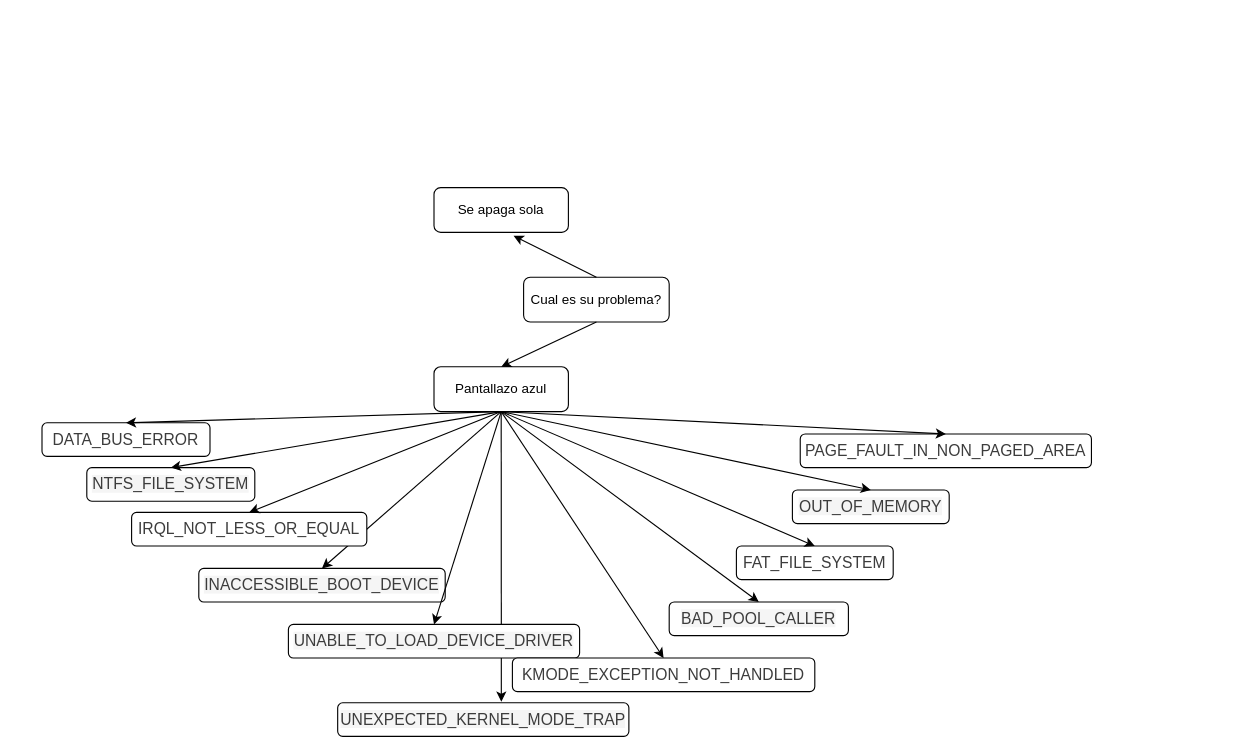
The draw.io diagram pruebasitio/proyectoruta.drawio in Puchis/Gregorio-Gragas-Computer-Repair, before the edit. Source tidied: cells renumbered, new cells numbered last; positions are measured from the earlier drawing's top-left corner, leaving out a move shared by most shapes. Both pictures are drawn from the tidied source at 112%, with x=0, y=0 at pixel (41, 187).
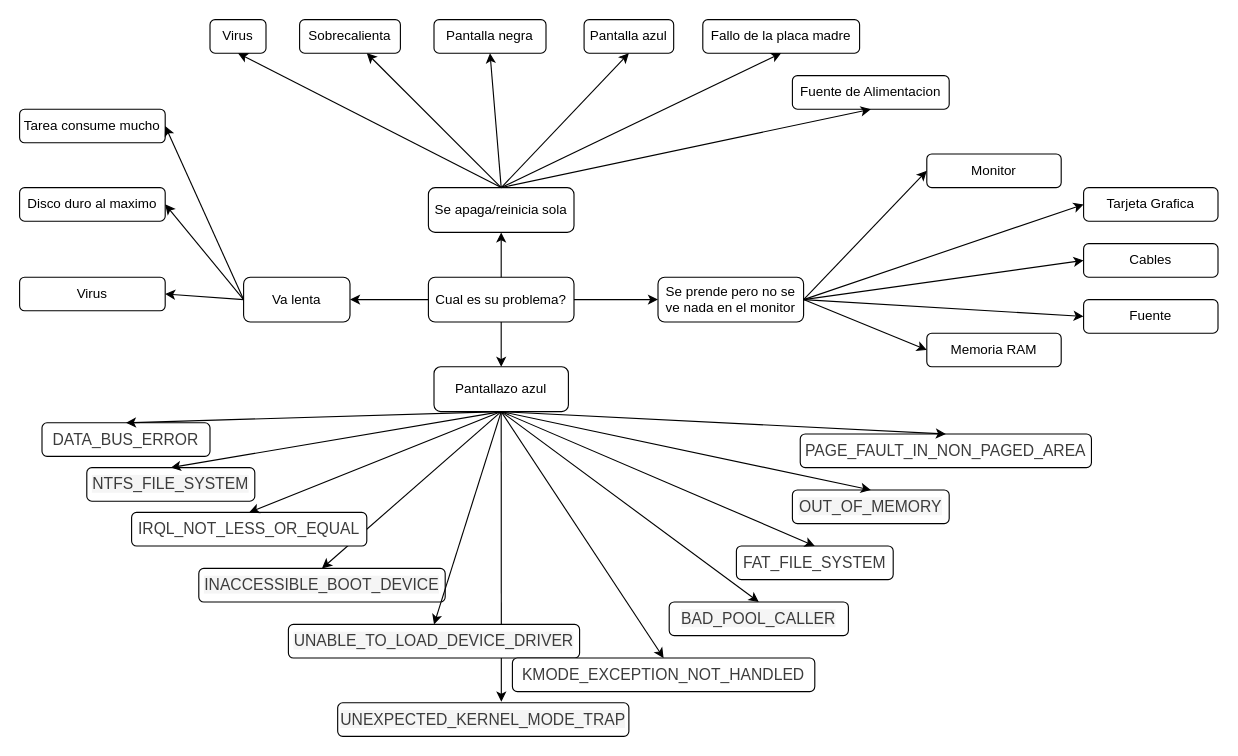
The same diagram, later.

What changed in the source:
```diff
@@
     <mxCell id="2" value="Cual es su problema?" style="rounded=1;whiteSpace=wrap;html=1;" parent="1" vertex="1">
-      <mxGeometry x="430" y="80" width="130" height="40" as="geometry" />
+      <mxGeometry x="345" y="80" width="130" height="40" as="geometry" />
     </mxCell>
@@
-    <mxCell id="27" value="Se apaga sola" style="rounded=1;whiteSpace=wrap;html=1;" parent="1" vertex="1">
-      <mxGeometry x="350" width="120" height="40" as="geometry" />
+    <mxCell id="27" value="Se apaga/reinicia sola" style="rounded=1;whiteSpace=wrap;html=1;" parent="1" vertex="1">
+      <mxGeometry x="345" width="130" height="40" as="geometry" />
     </mxCell>
-    <mxCell id="28" style="endArrow=classic;html=1;entryX=0.592;entryY=1.075;entryDx=0;entryDy=0;entryPerimeter=0;exitX=0.5;exitY=0;exitDx=0;exitDy=0;" parent="1" edge="1" source="2" target="27">
+    <mxCell id="28" style="endArrow=classic;html=1;exitX=0.5;exitY=0;exitDx=0;exitDy=0;entryX=0.5;entryY=1;entryDx=0;entryDy=0;" parent="1" edge="1" source="2" target="27">
       <mxGeometry relative="1" as="geometry" />
     </mxCell>
+    <mxCell id="29" value="Pantalla azul" style="rounded=1;whiteSpace=wrap;html=1;" parent="1" vertex="1">
+      <mxGeometry x="484" y="-150" width="80" height="30" as="geometry" />
+    </mxCell>
+    <mxCell id="30" value="Pantalla negra" style="rounded=1;whiteSpace=wrap;html=1;" parent="1" vertex="1">
+      <mxGeometry x="350" y="-150" width="100" height="30" as="geometry" />
+    </mxCell>
+    <mxCell id="31" style="endArrow=classic;html=1;exitX=0.5;exitY=0;exitDx=0;exitDy=0;entryX=0.5;entryY=1;entryDx=0;entryDy=0;" parent="1" edge="1" source="27" target="30">
+      <mxGeometry relative="1" as="geometry" />
+    </mxCell>
+    <mxCell id="32" style="endArrow=classic;html=1;exitX=0.5;exitY=0;exitDx=0;exitDy=0;entryX=0.5;entryY=1;entryDx=0;entryDy=0;" parent="1" edge="1" source="27" target="29">
+      <mxGeometry relative="1" as="geometry" />
+    </mxCell>
+    <mxCell id="33" style="endArrow=classic;html=1;exitX=0.5;exitY=0;exitDx=0;exitDy=0;" parent="1" edge="1" source="27" target="34">
+      <mxGeometry relative="1" as="geometry" />
+    </mxCell>
+    <mxCell id="34" value="Sobrecalienta" style="rounded=1;whiteSpace=wrap;html=1;" parent="1" vertex="1">
+      <mxGeometry x="230" y="-150" width="90" height="30" as="geometry" />
+    </mxCell>
+    <mxCell id="35" value="Fallo de la placa madre" style="rounded=1;whiteSpace=wrap;html=1;" parent="1" vertex="1">
+      <mxGeometry x="590" y="-150" width="140" height="30" as="geometry" />
+    </mxCell>
+    <mxCell id="36" value="Virus" style="rounded=1;whiteSpace=wrap;html=1;" parent="1" vertex="1">
+      <mxGeometry x="150" y="-150" width="50" height="30" as="geometry" />
+    </mxCell>
+    <mxCell id="37" style="endArrow=classic;html=1;exitX=0.5;exitY=0;exitDx=0;exitDy=0;entryX=0.5;entryY=1;entryDx=0;entryDy=0;" parent="1" edge="1" source="27" target="36">
+      <mxGeometry relative="1" as="geometry" />
+    </mxCell>
+    <mxCell id="38" style="endArrow=classic;html=1;exitX=0.5;exitY=0;exitDx=0;exitDy=0;entryX=0.5;entryY=1;entryDx=0;entryDy=0;" parent="1" edge="1" source="27" target="35">
+      <mxGeometry relative="1" as="geometry" />
+    </mxCell>
+    <mxCell id="39" value="Fuente de Alimentacion" style="rounded=1;whiteSpace=wrap;html=1;" parent="1" vertex="1">
+      <mxGeometry x="670" y="-100" width="140" height="30" as="geometry" />
+    </mxCell>
+    <mxCell id="40" style="endArrow=classic;html=1;exitX=0.5;exitY=0;exitDx=0;exitDy=0;entryX=0.5;entryY=1;entryDx=0;entryDy=0;" parent="1" edge="1" source="27" target="39">
+      <mxGeometry relative="1" as="geometry" />
+    </mxCell>
+    <mxCell id="41" value="Va lenta" style="rounded=1;whiteSpace=wrap;html=1;" parent="1" vertex="1">
+      <mxGeometry x="180" y="80" width="95" height="40" as="geometry" />
+    </mxCell>
+    <mxCell id="42" style="endArrow=classic;html=1;exitX=0;exitY=0.5;exitDx=0;exitDy=0;entryX=1;entryY=0.5;entryDx=0;entryDy=0;" parent="1" edge="1" source="2" target="41">
+      <mxGeometry relative="1" as="geometry" />
+    </mxCell>
+    <mxCell id="43" value="Tarea consume mucho" style="rounded=1;whiteSpace=wrap;html=1;" parent="1" vertex="1">
+      <mxGeometry x="-20" y="-70" width="130" height="30" as="geometry" />
+    </mxCell>
+    <mxCell id="44" style="endArrow=classic;html=1;exitX=0;exitY=0.5;exitDx=0;exitDy=0;entryX=1;entryY=0.5;entryDx=0;entryDy=0;" parent="1" edge="1" source="41" target="43">
+      <mxGeometry relative="1" as="geometry" />
+    </mxCell>
+    <mxCell id="45" value="Disco duro al maximo" style="rounded=1;whiteSpace=wrap;html=1;" parent="1" vertex="1">
+      <mxGeometry x="-20" width="130" height="30" as="geometry" />
+    </mxCell>
+    <mxCell id="46" value="Virus" style="rounded=1;whiteSpace=wrap;html=1;" parent="1" vertex="1">
+      <mxGeometry x="-20" y="80" width="130" height="30" as="geometry" />
+    </mxCell>
+    <mxCell id="47" style="endArrow=classic;html=1;exitX=0;exitY=0.5;exitDx=0;exitDy=0;entryX=1;entryY=0.5;entryDx=0;entryDy=0;" parent="1" edge="1" source="41" target="45">
+      <mxGeometry relative="1" as="geometry" />
+    </mxCell>
+    <mxCell id="48" style="endArrow=classic;html=1;exitX=0;exitY=0.5;exitDx=0;exitDy=0;entryX=1;entryY=0.5;entryDx=0;entryDy=0;" parent="1" edge="1" source="41" target="46">
+      <mxGeometry relative="1" as="geometry" />
+    </mxCell>
+    <mxCell id="49" value="Se prende pero no se ve nada en el monitor" style="rounded=1;whiteSpace=wrap;html=1;" parent="1" vertex="1">
+      <mxGeometry x="550" y="80" width="130" height="40" as="geometry" />
+    </mxCell>
+    <mxCell id="50" style="endArrow=classic;html=1;exitX=1;exitY=0.5;exitDx=0;exitDy=0;entryX=0;entryY=0.5;entryDx=0;entryDy=0;" parent="1" edge="1" source="2" target="49">
+      <mxGeometry relative="1" as="geometry" />
+    </mxCell>
+    <mxCell id="51" value="Monitor" style="rounded=1;whiteSpace=wrap;html=1;" parent="1" vertex="1">
+      <mxGeometry x="790" y="-30" width="120" height="30" as="geometry" />
+    </mxCell>
+    <mxCell id="52" style="endArrow=classic;html=1;exitX=1;exitY=0.5;exitDx=0;exitDy=0;entryX=0;entryY=0.5;entryDx=0;entryDy=0;" parent="1" edge="1" source="49" target="51">
+      <mxGeometry relative="1" as="geometry" />
+    </mxCell>
+    <mxCell id="53" value="Tarjeta Grafica" style="rounded=1;whiteSpace=wrap;html=1;" parent="1" vertex="1">
+      <mxGeometry x="930" width="120" height="30" as="geometry" />
+    </mxCell>
+    <mxCell id="54" value="Cables" style="rounded=1;whiteSpace=wrap;html=1;" parent="1" vertex="1">
+      <mxGeometry x="930" y="50" width="120" height="30" as="geometry" />
+    </mxCell>
+    <mxCell id="55" value="Fuente" style="rounded=1;whiteSpace=wrap;html=1;" parent="1" vertex="1">
+      <mxGeometry x="930" y="100" width="120" height="30" as="geometry" />
+    </mxCell>
+    <mxCell id="56" value="Memoria RAM" style="rounded=1;whiteSpace=wrap;html=1;" parent="1" vertex="1">
+      <mxGeometry x="790" y="130" width="120" height="30" as="geometry" />
+    </mxCell>
+    <mxCell id="57" style="endArrow=classic;html=1;entryX=0;entryY=0.5;entryDx=0;entryDy=0;exitX=1;exitY=0.5;exitDx=0;exitDy=0;" parent="1" edge="1" source="49" target="56">
+      <mxGeometry relative="1" as="geometry" />
+    </mxCell>
+    <mxCell id="58" style="endArrow=classic;html=1;exitX=1;exitY=0.5;exitDx=0;exitDy=0;entryX=0;entryY=0.5;entryDx=0;entryDy=0;" parent="1" edge="1" source="49" target="53">
+      <mxGeometry relative="1" as="geometry" />
+    </mxCell>
+    <mxCell id="59" style="endArrow=classic;html=1;entryX=0;entryY=0.5;entryDx=0;entryDy=0;exitX=1;exitY=0.5;exitDx=0;exitDy=0;" parent="1" edge="1" source="49" target="54">
+      <mxGeometry relative="1" as="geometry" />
+    </mxCell>
+    <mxCell id="60" style="endArrow=classic;html=1;entryX=0;entryY=0.5;entryDx=0;entryDy=0;exitX=1;exitY=0.5;exitDx=0;exitDy=0;" parent="1" edge="1" source="49" target="55">
+      <mxGeometry relative="1" as="geometry" />
+    </mxCell>
```
